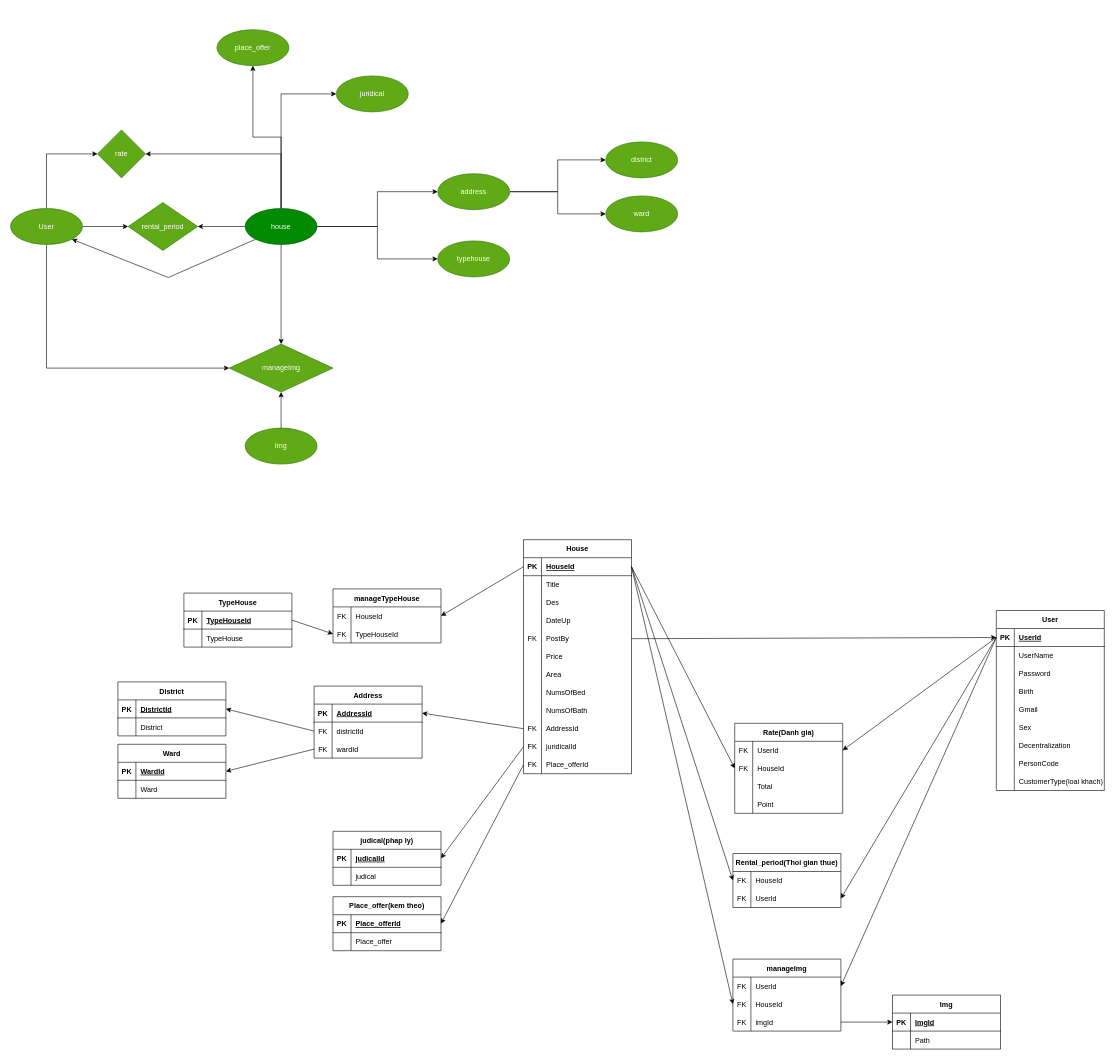
The draw.io diagram BwdCSDL.drawio in huyjaky/BWD-BE, before the edit. Source tidied: cells renumbered, new cells numbered last; positions are measured from the earlier drawing's top-left corner, leaving out a move shared by most shapes. Both pictures are drawn from the tidied source at 60%, with x=0, y=0 at pixel (10, 29).
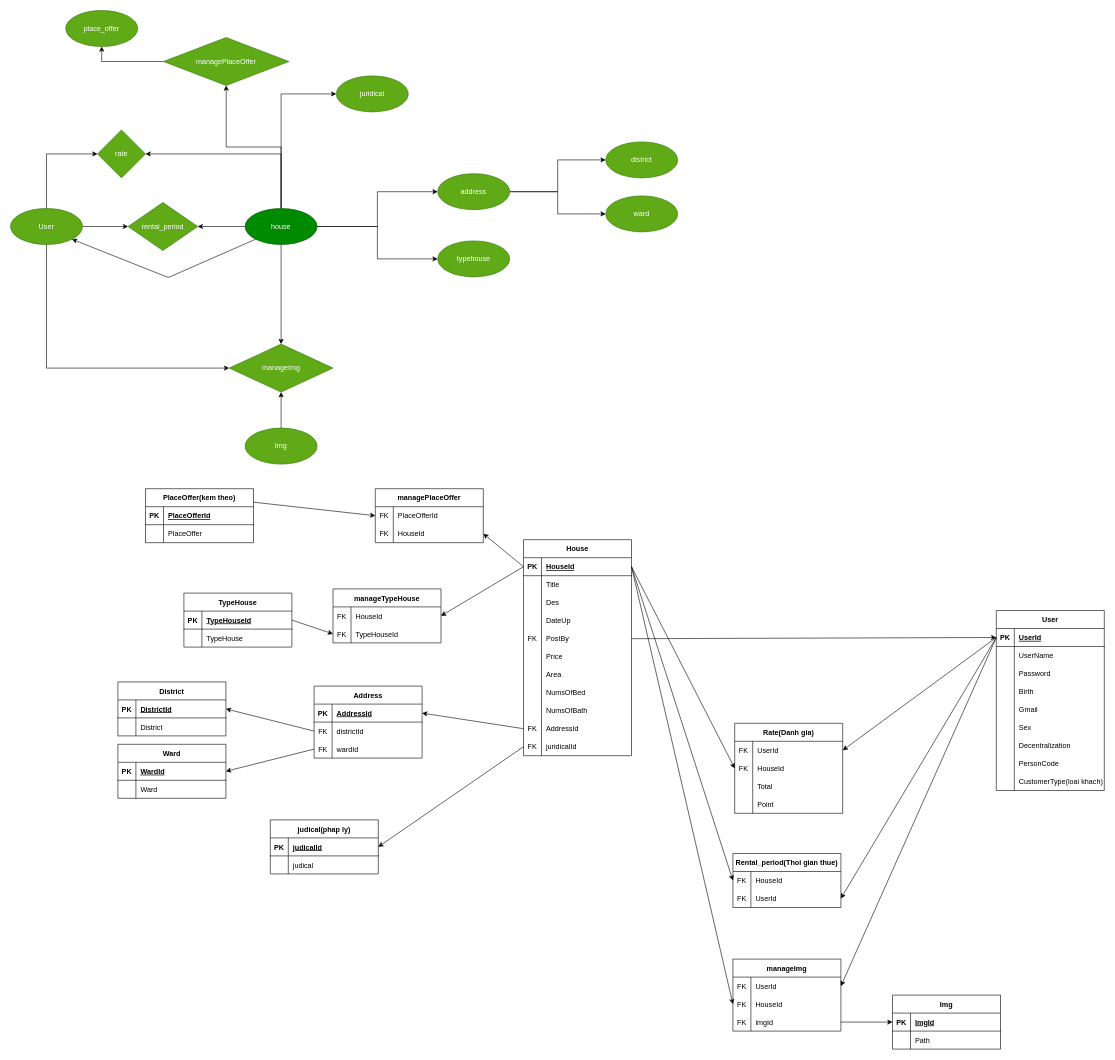
The same diagram, later.

The change refers to these unchanged cells:
```xml
<mxCell id="31" style="shape=tableRow;horizontal=0;startSize=0;swimlaneHead=0;swimlaneBody=0;fillColor=none;points=[[0,0.5],[1,0.5]];portConstraint=eastwest;top=0;left=0;right=0;bottom=1;" parent="30" vertex="1">
  <mxGeometry y="30" width="180" height="30" as="geometry" />
</mxCell>
<mxCell id="79" value="house" style="ellipse;whiteSpace=wrap;html=1;fillColor=#008a00;fontColor=#ffffff;strokeColor=#005700;" parent="1" vertex="1">
  <mxGeometry x="391" y="298" width="120" height="60" as="geometry" />
</mxCell>
<mxCell id="138" style="shape=tableRow;horizontal=0;startSize=0;swimlaneHead=0;swimlaneBody=0;fillColor=none;points=[[0,0.5],[1,0.5]];portConstraint=eastwest;top=0;left=0;right=0;bottom=1;" parent="137" vertex="1">
  <mxGeometry y="30" width="180" height="30" as="geometry" />
</mxCell>
<mxCell id="141" style="shape=tableRow;horizontal=0;startSize=0;swimlaneHead=0;swimlaneBody=0;fillColor=none;top=0;left=0;right=0;bottom=0;" parent="137" vertex="1">
  <mxGeometry y="60" width="180" height="30" as="geometry" />
</mxCell>
```

Change to the diagram source:
```diff
@@
     <mxCell id="30" value="House" style="shape=table;startSize=30;childLayout=tableLayout;rowLines=0;fontStyle=1;align=center;" parent="1" vertex="1">
-      <mxGeometry x="855" y="850" width="180" height="390" as="geometry" />
+      <mxGeometry x="855" y="850" width="180" height="360" as="geometry" />
     </mxCell>
@@
-    <mxCell id="64" style="shape=tableRow;horizontal=0;startSize=0;swimlaneHead=0;swimlaneBody=0;fillColor=none;points=[[0,0.5],[1,0.5]];portConstraint=eastwest;top=0;left=0;right=0;bottom=0;" parent="30" vertex="1">
-      <mxGeometry y="360" width="180" height="30" as="geometry" />
-    </mxCell>
-    <mxCell id="65" value="FK" style="shape=partialRectangle;fillColor=none;top=0;left=0;bottom=0;right=0;overflow=hidden;" parent="64" vertex="1">
-      <mxGeometry width="30" height="30" as="geometry" />
-    </mxCell>
-    <mxCell id="66" value="Place_offerId" style="shape=partialRectangle;fillColor=none;top=0;left=0;bottom=0;right=0;align=left;spacingLeft=6;overflow=hidden;" parent="64" vertex="1">
-      <mxGeometry x="30" width="150" height="30" as="geometry" />
-    </mxCell>
@@
-    <mxCell id="76" style="edgeStyle=orthogonalEdgeStyle;rounded=0;jettySize=auto;html=1;exitX=0.5;exitY=0;exitDx=0;exitDy=0;entryX=0.5;entryY=1;entryDx=0;entryDy=0;" parent="1" edge="1" source="79" target="90">
-      <mxGeometry relative="1" as="geometry" />
-    </mxCell>
@@
+    <mxCell id="197" style="edgeStyle=orthogonalEdgeStyle;rounded=0;jettySize=auto;html=1;exitX=0.5;exitY=0;exitDx=0;exitDy=0;entryX=0.5;entryY=1;entryDx=0;entryDy=0;" parent="1" edge="1" source="79" target="200">
+      <mxGeometry relative="1" as="geometry" />
+    </mxCell>
@@
     <mxCell id="90" value="place_offer" style="ellipse;whiteSpace=wrap;html=1;fillColor=#60a917;fontColor=#ffffff;strokeColor=#2D7600;" parent="1" vertex="1">
-      <mxGeometry x="344" width="120" height="60" as="geometry" />
+      <mxGeometry x="92" y="-32" width="120" height="60" as="geometry" />
     </mxCell>
@@
+    <mxCell id="198" style="rounded=0;jettySize=auto;html=1;exitX=1;exitY=0.25;exitDx=0;exitDy=0;entryX=0;entryY=0.5;entryDx=0;entryDy=0;" parent="1" edge="1" source="137" target="202">
+      <mxGeometry relative="1" as="geometry" />
+    </mxCell>
-    <mxCell id="137" value="Place_offer(kem theo)" style="shape=table;startSize=30;childLayout=tableLayout;rowLines=0;fontStyle=1;align=center;" parent="1" vertex="1">
-      <mxGeometry x="537.5" y="1445" width="180" height="90" as="geometry" />
+    <mxCell id="137" value="PlaceOffer(kem theo)" style="shape=table;startSize=30;childLayout=tableLayout;rowLines=0;fontStyle=1;align=center;" parent="1" vertex="1">
+      <mxGeometry x="225" y="765" width="180" height="90" as="geometry" />
     </mxCell>
@@
-    <mxCell id="140" value="Place_offerId" style="shape=partialRectangle;fillColor=none;top=0;left=0;bottom=0;right=0;align=left;spacingLeft=6;fontStyle=5;overflow=hidden;" parent="138" vertex="1">
+    <mxCell id="140" value="PlaceOfferId" style="shape=partialRectangle;fillColor=none;top=0;left=0;bottom=0;right=0;align=left;spacingLeft=6;fontStyle=5;overflow=hidden;" parent="138" vertex="1">
       <mxGeometry x="30" width="150" height="30" as="geometry" />
     </mxCell>
@@
-    <mxCell id="143" value="Place_offer" style="shape=partialRectangle;fillColor=none;top=0;left=0;bottom=0;right=0;align=left;spacingLeft=6;overflow=hidden;" parent="141" vertex="1">
+    <mxCell id="143" value="PlaceOffer" style="shape=partialRectangle;fillColor=none;top=0;left=0;bottom=0;right=0;align=left;spacingLeft=6;overflow=hidden;" parent="141" vertex="1">
       <mxGeometry x="30" width="150" height="30" as="geometry" />
     </mxCell>
-    <mxCell id="144" style="edgeStyle=none;rounded=0;jettySize=auto;html=1;exitX=0;exitY=0.5;exitDx=0;exitDy=0;entryX=1;entryY=0.5;entryDx=0;entryDy=0;" parent="1" edge="1" source="64" target="138">
-      <mxGeometry relative="1" as="geometry" />
-    </mxCell>
     <mxCell id="145" value="judical(phap ly)" style="shape=table;startSize=30;childLayout=tableLayout;rowLines=0;fontStyle=1;align=center;" parent="1" vertex="1">
-      <mxGeometry x="537.5" y="1336" width="180" height="90" as="geometry" />
+      <mxGeometry x="433" y="1317" width="180" height="90" as="geometry" />
     </mxCell>
@@
+    <mxCell id="199" style="edgeStyle=orthogonalEdgeStyle;rounded=0;jettySize=auto;html=1;exitX=0;exitY=0.5;exitDx=0;exitDy=0;entryX=0.5;entryY=1;entryDx=0;entryDy=0;" parent="1" edge="1" source="200" target="90">
+      <mxGeometry relative="1" as="geometry" />
+    </mxCell>
+    <mxCell id="200" value="managePlaceOffer" style="rhombus;whiteSpace=wrap;html=1;fillColor=#60a917;fontColor=#ffffff;strokeColor=#2D7600;" parent="1" vertex="1">
+      <mxGeometry x="255" y="13" width="209" height="80" as="geometry" />
+    </mxCell>
+    <mxCell id="201" value="managePlaceOffer" style="shape=table;startSize=30;childLayout=tableLayout;rowLines=0;fontStyle=1;align=center;" parent="1" vertex="1">
+      <mxGeometry x="608" y="765" width="180" height="90" as="geometry" />
+    </mxCell>
+    <mxCell id="202" style="shape=tableRow;horizontal=0;startSize=0;swimlaneHead=0;swimlaneBody=0;fillColor=none;points=[[0,0.5],[1,0.5]];portConstraint=eastwest;top=0;left=0;right=0;bottom=0;" parent="201" vertex="1">
+      <mxGeometry y="30" width="180" height="30" as="geometry" />
+    </mxCell>
+    <mxCell id="203" value="FK" style="shape=partialRectangle;fillColor=none;top=0;left=0;bottom=0;right=0;overflow=hidden;" parent="202" vertex="1">
+      <mxGeometry width="30" height="30" as="geometry" />
+    </mxCell>
+    <mxCell id="204" value="PlaceOfferId" style="shape=partialRectangle;fillColor=none;top=0;left=0;bottom=0;right=0;align=left;spacingLeft=6;overflow=hidden;" parent="202" vertex="1">
+      <mxGeometry x="30" width="150" height="30" as="geometry" />
+    </mxCell>
+    <mxCell id="205" style="shape=tableRow;horizontal=0;startSize=0;swimlaneHead=0;swimlaneBody=0;fillColor=none;points=[[0,0.5],[1,0.5]];portConstraint=eastwest;top=0;left=0;right=0;bottom=0;" parent="201" vertex="1">
+      <mxGeometry y="60" width="180" height="30" as="geometry" />
+    </mxCell>
+    <mxCell id="206" value="FK" style="shape=partialRectangle;fillColor=none;top=0;left=0;bottom=0;right=0;overflow=hidden;" parent="205" vertex="1">
+      <mxGeometry width="30" height="30" as="geometry" />
+    </mxCell>
+    <mxCell id="207" value="HouseId" style="shape=partialRectangle;fillColor=none;top=0;left=0;bottom=0;right=0;align=left;spacingLeft=6;overflow=hidden;" parent="205" vertex="1">
+      <mxGeometry x="30" width="150" height="30" as="geometry" />
+    </mxCell>
+    <mxCell id="208" style="edgeStyle=none;rounded=0;jettySize=auto;html=1;exitX=0;exitY=0.5;exitDx=0;exitDy=0;entryX=1;entryY=0.5;entryDx=0;entryDy=0;" parent="1" edge="1" source="31" target="205">
+      <mxGeometry relative="1" as="geometry" />
+    </mxCell>
```
